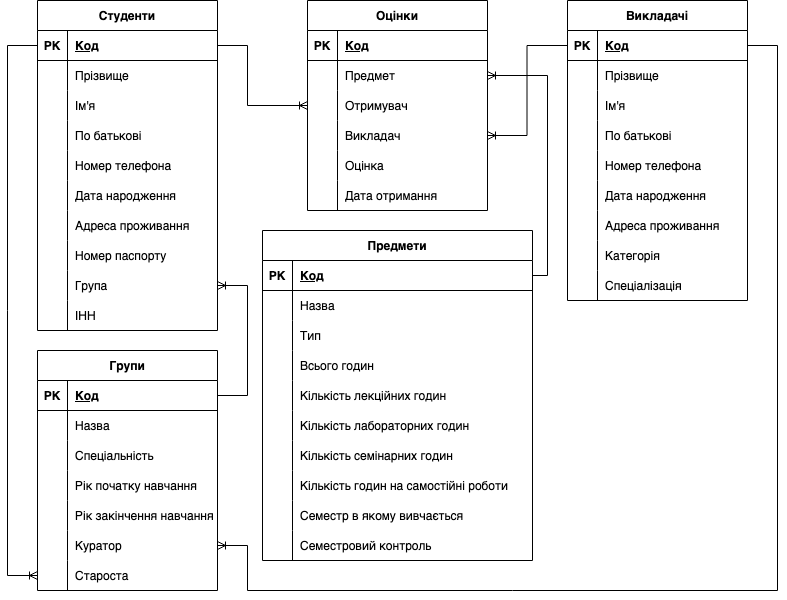
This is docs/ER-Diagram.png from MikeostCorp/Gradify, a draw.io export, as it was before one commit. Source tidied: cells renumbered, new cells last; positions are measured from the earlier drawing's top-left corner, leaving out a move shared by most shapes.
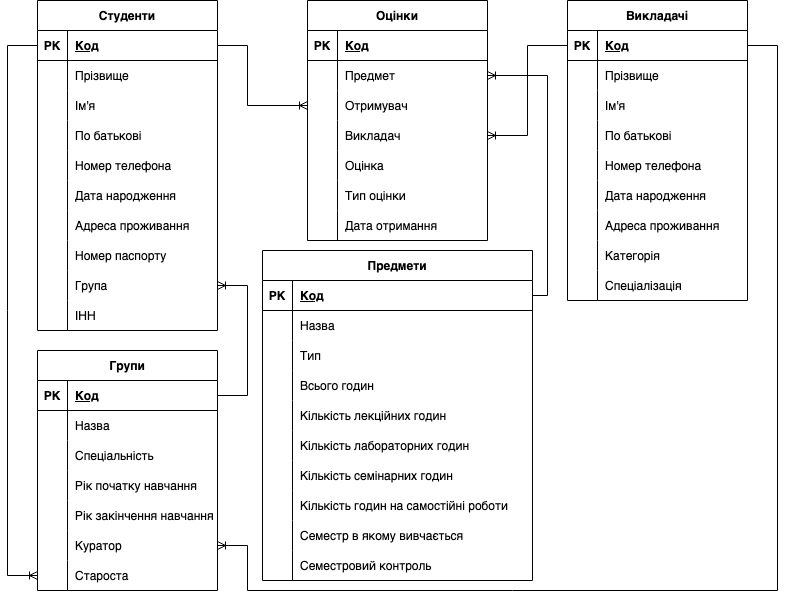
Above is the later version.

Commit message:
upd: add new field "Тип оцінки" in table "Оцінки"

What changed in the source:
```diff
@@ -246,7 +246,7 @@
       <mxGeometry x="30" width="150" height="30" as="geometry" />
     </mxCell>
     <mxCell id="83" value="Оцінки" style="shape=table;startSize=30;rowLines=0;fontStyle=1;align=center;" parent="1" vertex="1">
-      <mxGeometry x="300" width="180" height="210" as="geometry" />
+      <mxGeometry x="300" width="180" height="240" as="geometry" />
     </mxCell>
     <mxCell id="84" style="shape=tableRow;horizontal=0;startSize=0;swimlaneHead=0;swimlaneBody=0;fillColor=none;top=0;left=0;right=0;bottom=1;" parent="83" vertex="1">
       <mxGeometry y="30" width="180" height="30" as="geometry" />
@@ -293,8 +293,17 @@
     <mxCell id="98" value="Оцінка" style="shape=partialRectangle;fillColor=none;top=0;left=0;bottom=0;right=0;align=left;spacingLeft=6;overflow=hidden;" parent="96" vertex="1">
       <mxGeometry x="30" width="150" height="30" as="geometry" />
     </mxCell>
+    <mxCell id="139" style="shape=tableRow;horizontal=0;startSize=0;swimlaneHead=0;swimlaneBody=0;fillColor=none;top=0;left=0;right=0;bottom=0;" parent="83" vertex="1">
+      <mxGeometry y="180" width="180" height="30" as="geometry" />
+    </mxCell>
+    <mxCell id="140" style="shape=partialRectangle;fillColor=none;top=0;left=0;bottom=0;right=0;overflow=hidden;" parent="139" vertex="1">
+      <mxGeometry width="30" height="30" as="geometry" />
+    </mxCell>
+    <mxCell id="141" value="Тип оцінки" style="shape=partialRectangle;fillColor=none;top=0;left=0;bottom=0;right=0;align=left;spacingLeft=6;overflow=hidden;" parent="139" vertex="1">
+      <mxGeometry x="30" width="150" height="30" as="geometry" />
+    </mxCell>
     <mxCell id="99" style="shape=tableRow;horizontal=0;startSize=0;swimlaneHead=0;swimlaneBody=0;fillColor=none;top=0;left=0;right=0;bottom=0;" parent="83" vertex="1">
-      <mxGeometry y="180" width="180" height="30" as="geometry" />
+      <mxGeometry y="210" width="180" height="30" as="geometry" />
     </mxCell>
     <mxCell id="100" style="shape=partialRectangle;fillColor=none;top=0;left=0;bottom=0;right=0;overflow=hidden;" parent="99" vertex="1">
       <mxGeometry width="30" height="30" as="geometry" />
@@ -303,7 +312,7 @@
       <mxGeometry x="30" width="150" height="30" as="geometry" />
     </mxCell>
     <mxCell id="102" value="Предмети" style="shape=table;startSize=30;rowLines=0;fontStyle=1;align=center;" parent="1" vertex="1">
-      <mxGeometry x="255" y="230" width="270" height="330" as="geometry" />
+      <mxGeometry x="255" y="250" width="270" height="330" as="geometry" />
     </mxCell>
     <mxCell id="103" style="shape=tableRow;horizontal=0;startSize=0;swimlaneHead=0;swimlaneBody=0;fillColor=none;points=[[0,0.5],[1,0.5]];portConstraint=eastwest;top=0;left=0;right=0;bottom=1;" parent="102" vertex="1">
       <mxGeometry y="30" width="270" height="30" as="geometry" />
```
